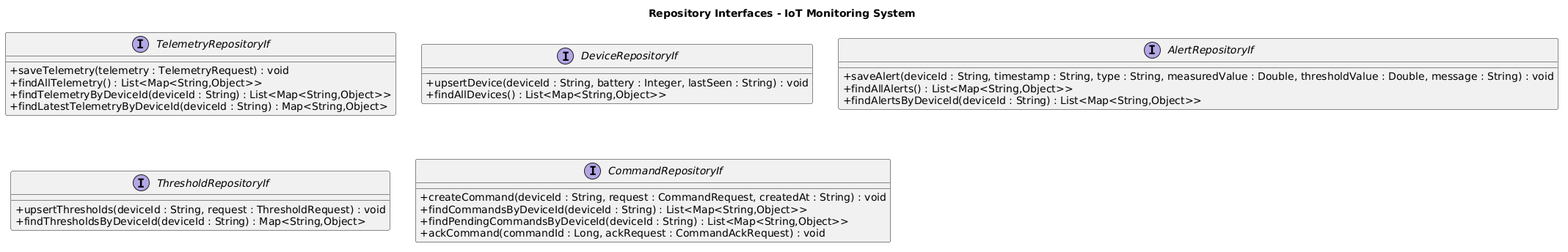
Above: Iterazione1/Interface Diagram - Repository_v0.png in rob-bra/iot-sys (PlantUML), before the change. Its diagram source:
```plantuml
@startuml
title Repository Interfaces - IoT Monitoring System

skinparam shadowing false
skinparam classAttributeIconSize 0

interface TelemetryRepositoryIf {
    +saveTelemetry(telemetry : TelemetryRequest) : void
    +findAllTelemetry() : List<Map<String,Object>>
    +findTelemetryByDeviceId(deviceId : String) : List<Map<String,Object>>
    +findLatestTelemetryByDeviceId(deviceId : String) : Map<String,Object>
}

interface DeviceRepositoryIf {
    +upsertDevice(deviceId : String, battery : Integer, lastSeen : String) : void
    +findAllDevices() : List<Map<String,Object>>
}

interface AlertRepositoryIf {
    +saveAlert(deviceId : String, timestamp : String, type : String, measuredValue : Double, thresholdValue : Double, message : String) : void
    +findAllAlerts() : List<Map<String,Object>>
    +findAlertsByDeviceId(deviceId : String) : List<Map<String,Object>>
}

interface ThresholdRepositoryIf {
    +upsertThresholds(deviceId : String, request : ThresholdRequest) : void
    +findThresholdsByDeviceId(deviceId : String) : Map<String,Object>
}

interface CommandRepositoryIf {
    +createCommand(deviceId : String, request : CommandRequest, createdAt : String) : void
    +findCommandsByDeviceId(deviceId : String) : List<Map<String,Object>>
    +findPendingCommandsByDeviceId(deviceId : String) : List<Map<String,Object>>
    +ackCommand(commandId : Long, ackRequest : CommandAckRequest) : void
}
@enduml
```
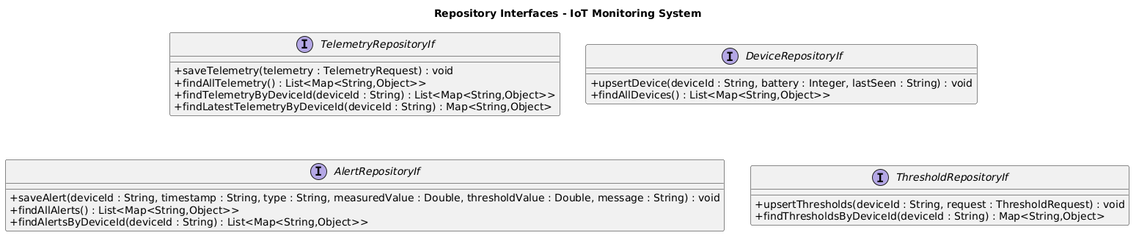
The same file after the commit.

What changed in the source:
```diff
@@ -1,36 +1,30 @@
 @startuml
 title Repository Interfaces - IoT Monitoring System
 
+skinparam classAttributeIconSize 0
 skinparam shadowing false
-skinparam classAttributeIconSize 0
+skinparam linetype ortho
 
 interface TelemetryRepositoryIf {
-    +saveTelemetry(telemetry : TelemetryRequest) : void
-    +findAllTelemetry() : List<Map<String,Object>>
-    +findTelemetryByDeviceId(deviceId : String) : List<Map<String,Object>>
-    +findLatestTelemetryByDeviceId(deviceId : String) : Map<String,Object>
+  +saveTelemetry(telemetry : TelemetryRequest) : void
+  +findAllTelemetry() : List<Map<String,Object>>
+  +findTelemetryByDeviceId(deviceId : String) : List<Map<String,Object>>
+  +findLatestTelemetryByDeviceId(deviceId : String) : Map<String,Object>
 }
 
 interface DeviceRepositoryIf {
-    +upsertDevice(deviceId : String, battery : Integer, lastSeen : String) : void
-    +findAllDevices() : List<Map<String,Object>>
+  +upsertDevice(deviceId : String, battery : Integer, lastSeen : String) : void
+  +findAllDevices() : List<Map<String,Object>>
 }
 
 interface AlertRepositoryIf {
-    +saveAlert(deviceId : String, timestamp : String, type : String, measuredValue : Double, thresholdValue : Double, message : String) : void
-    +findAllAlerts() : List<Map<String,Object>>
-    +findAlertsByDeviceId(deviceId : String) : List<Map<String,Object>>
+  +saveAlert(deviceId : String, timestamp : String, type : String, measuredValue : Double, thresholdValue : Double, message : String) : void
+  +findAllAlerts() : List<Map<String,Object>>
+  +findAlertsByDeviceId(deviceId : String) : List<Map<String,Object>>
 }
 
 interface ThresholdRepositoryIf {
-    +upsertThresholds(deviceId : String, request : ThresholdRequest) : void
-    +findThresholdsByDeviceId(deviceId : String) : Map<String,Object>
-}
-
-interface CommandRepositoryIf {
-    +createCommand(deviceId : String, request : CommandRequest, createdAt : String) : void
-    +findCommandsByDeviceId(deviceId : String) : List<Map<String,Object>>
-    +findPendingCommandsByDeviceId(deviceId : String) : List<Map<String,Object>>
-    +ackCommand(commandId : Long, ackRequest : CommandAckRequest) : void
+  +upsertThresholds(deviceId : String, request : ThresholdRequest) : void
+  +findThresholdsByDeviceId(deviceId : String) : Map<String,Object>
 }
 @enduml
```
